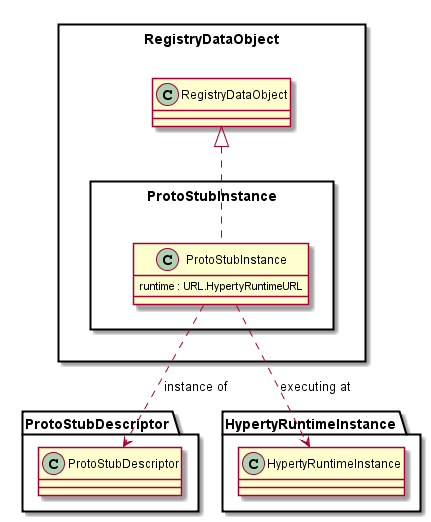
Before: docs/datamodel/core/hyperty-registry/Protostub-Instance-Data-Object-Model.png, a diagram exported from PlantUML (reTHINK-project/dev-service-framework). The source it was exported from:
```plantuml
@startuml "../../docs/datamodel/core/hyperty-registry/Protostub-Instance-Data-Object-Model.png"

package RegistryDataObject <<Rect>> {

package ProtoStubInstance <<Rect>> {

	class ProtoStubInstance {
		runtime : URL.HypertyRuntimeURL
	}

	ProtoStubInstance .up.|> RegistryDataObject.RegistryDataObject

	ProtoStubInstance ..> ProtoStubDescriptor.ProtoStubDescriptor : instance of
	ProtoStubInstance ..> HypertyRuntimeInstance.HypertyRuntimeInstance : executing at

}

}
@enduml
```
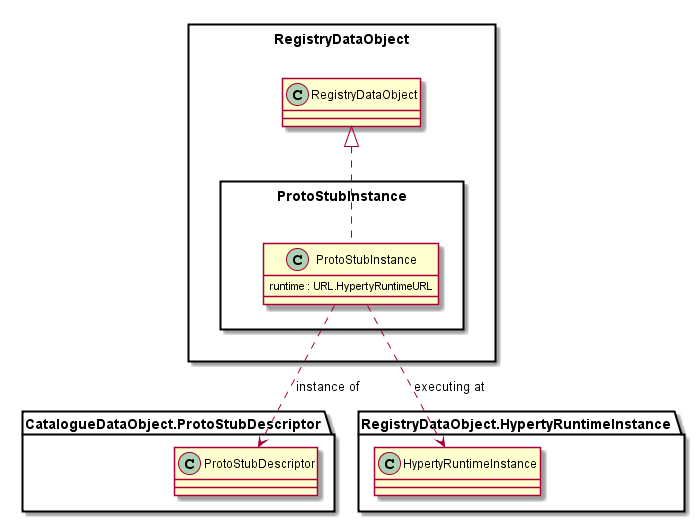
After the commit.

Diff of the diagram source:
```diff
@@ -2,18 +2,15 @@
 
 package RegistryDataObject <<Rect>> {
 
-package ProtoStubInstance <<Rect>> {
+	package ProtoStubInstance <<Rect>> {
 
-	class ProtoStubInstance {
-		runtime : URL.HypertyRuntimeURL
+		class ProtoStubInstance {
+			runtime : URL.HypertyRuntimeURL
+		}
+
+		ProtoStubInstance .up.|> RegistryDataObject.RegistryDataObject
+		ProtoStubInstance ..> CatalogueDataObject.ProtoStubDescriptor.ProtoStubDescriptor : instance of
+		ProtoStubInstance ..> RegistryDataObject.HypertyRuntimeInstance.HypertyRuntimeInstance : executing at
 	}
-
-	ProtoStubInstance .up.|> RegistryDataObject.RegistryDataObject
-
-	ProtoStubInstance ..> ProtoStubDescriptor.ProtoStubDescriptor : instance of
-	ProtoStubInstance ..> HypertyRuntimeInstance.HypertyRuntimeInstance : executing at
-
-}
-
 }
 @enduml
```
